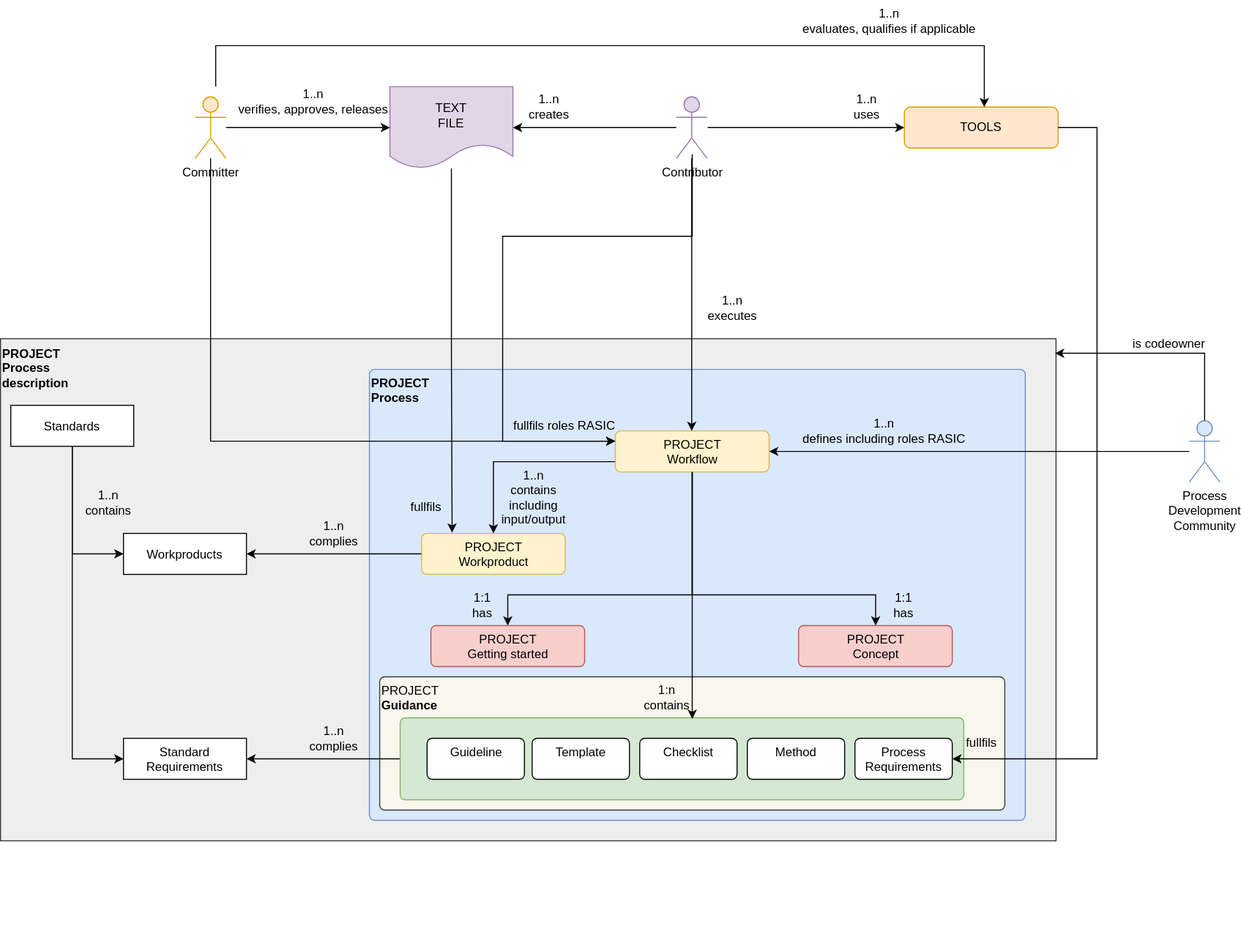
The draw.io diagram pr-184/_images/score_process_model.drawio.svg in eclipse-score/process_description, before a commit. Source tidied: cells renumbered, new cells last; positions are measured from the earlier drawing's top-left corner, leaving out a move shared by most shapes. The source it was exported from:
```xml
<mxGraphModel>
  <root>
    <mxCell id="0" />
    <mxCell id="1" parent="0" />
    <mxCell id="2" value="&lt;br&gt;&lt;br&gt;&lt;br&gt;&lt;br&gt;&lt;br&gt;&lt;br&gt;&lt;br&gt;&lt;br&gt;&lt;span style=&quot;text-align: center;&quot;&gt;PROJECT&lt;/span&gt;&lt;br&gt;Process &lt;br&gt;description&lt;br&gt;&lt;br&gt;&lt;br&gt;&lt;br&gt;&lt;br&gt;&lt;br&gt;&lt;br&gt;&lt;br&gt;&lt;br&gt;&lt;br&gt;&lt;br&gt;&lt;br&gt;&lt;br&gt;&lt;br&gt;&lt;br&gt;&lt;br&gt;&lt;br&gt;&lt;br&gt;&lt;br&gt;&lt;br&gt;&lt;br&gt;&lt;br&gt;&lt;br&gt;&lt;br&gt;&lt;br&gt;&lt;br&gt;&lt;br&gt;&lt;br&gt;&lt;br&gt;&lt;br&gt;&lt;br&gt;&lt;br&gt;&lt;br&gt;&lt;br&gt;&lt;br&gt;&lt;br&gt;&lt;br&gt;&lt;br&gt;&lt;div style=&quot;&quot;&gt;&lt;br&gt;&lt;/div&gt;" style="rounded=0;whiteSpace=wrap;html=1;align=left;fontStyle=1;fillColor=#eeeeee;strokeColor=#36393d;" parent="1" vertex="1">
      <mxGeometry y="330" width="1030" height="490" as="geometry" />
    </mxCell>
    <mxCell id="3" value="PROJECT&lt;br&gt;Process" style="html=1;align=left;verticalAlign=top;rounded=1;absoluteArcSize=1;arcSize=10;dashed=0;fillColor=#dae8fc;strokeColor=#6c8ebf;fontStyle=1;" parent="1" vertex="1">
      <mxGeometry x="360" y="360" width="640" height="440" as="geometry" />
    </mxCell>
    <mxCell id="4" style="edgeStyle=orthogonalEdgeStyle;rounded=0;jettySize=auto;html=1;entryX=0;entryY=0.5;entryDx=0;entryDy=0;" parent="1" edge="1" source="6" target="7">
      <mxGeometry relative="1" as="geometry" />
    </mxCell>
    <mxCell id="5" style="edgeStyle=orthogonalEdgeStyle;rounded=0;jettySize=auto;html=1;entryX=0;entryY=0.5;entryDx=0;entryDy=0;" parent="1" edge="1" source="6" target="8">
      <mxGeometry relative="1" as="geometry" />
    </mxCell>
    <mxCell id="6" value="Standards" style="fontStyle=0;" parent="1" vertex="1">
      <mxGeometry x="10" y="395" width="120" height="40" as="geometry" />
    </mxCell>
    <mxCell id="7" value="Standard&#10;Requirements" style="fontStyle=0;" parent="1" vertex="1">
      <mxGeometry x="120" y="720" width="120" height="40" as="geometry" />
    </mxCell>
    <mxCell id="8" value="Workproducts" style="fontStyle=0;" parent="1" vertex="1">
      <mxGeometry x="120" y="520" width="120" height="40" as="geometry" />
    </mxCell>
    <mxCell id="9" value="1..n&lt;br&gt;contains" style="text;html=1;align=center;verticalAlign=middle;strokeColor=none;fillColor=none;" parent="1" vertex="1">
      <mxGeometry x="70" y="470" width="70" height="40" as="geometry" />
    </mxCell>
    <mxCell id="10" style="edgeStyle=orthogonalEdgeStyle;rounded=0;jettySize=auto;html=1;entryX=0.5;entryY=0;entryDx=0;entryDy=0;startArrow=none;startFill=0;endArrow=classic;endFill=1;exitX=0;exitY=0.75;exitDx=0;exitDy=0;" parent="1" edge="1" source="13" target="17">
      <mxGeometry relative="1" as="geometry">
        <Array as="points">
          <mxPoint x="481" y="450" />
        </Array>
      </mxGeometry>
    </mxCell>
    <mxCell id="11" style="edgeStyle=orthogonalEdgeStyle;rounded=0;jettySize=auto;html=1;startArrow=none;startFill=0;endArrow=classic;endFill=1;" parent="1" edge="1" source="13" target="44">
      <mxGeometry relative="1" as="geometry">
        <Array as="points">
          <mxPoint x="675" y="580" />
          <mxPoint x="854" y="580" />
        </Array>
      </mxGeometry>
    </mxCell>
    <mxCell id="12" style="edgeStyle=orthogonalEdgeStyle;rounded=0;jettySize=auto;html=1;entryX=0.5;entryY=0;entryDx=0;entryDy=0;startArrow=none;startFill=0;endArrow=classic;endFill=1;" parent="1" edge="1" source="13" target="45">
      <mxGeometry relative="1" as="geometry">
        <Array as="points">
          <mxPoint x="675" y="580" />
          <mxPoint x="495" y="580" />
        </Array>
      </mxGeometry>
    </mxCell>
    <mxCell id="13" value="PROJECT&lt;br&gt;Workflow" style="html=1;align=center;verticalAlign=top;rounded=1;absoluteArcSize=1;arcSize=10;dashed=0;fillColor=#fff2cc;strokeColor=#d6b656;" parent="1" vertex="1">
      <mxGeometry x="600" y="420" width="150" height="40" as="geometry" />
    </mxCell>
    <mxCell id="14" style="edgeStyle=orthogonalEdgeStyle;rounded=0;jettySize=auto;html=1;entryX=1;entryY=0.5;entryDx=0;entryDy=0;endArrow=classic;endFill=1;startArrow=none;startFill=0;" parent="1" edge="1" source="15" target="13">
      <mxGeometry relative="1" as="geometry" />
    </mxCell>
    <mxCell id="15" value="Process&lt;br&gt;Development&lt;br&gt;Community" style="shape=umlActor;verticalLabelPosition=bottom;verticalAlign=top;html=1;outlineConnect=0;fillColor=#dae8fc;strokeColor=#6c8ebf;" parent="1" vertex="1">
      <mxGeometry x="1160" y="410" width="30" height="60" as="geometry" />
    </mxCell>
    <mxCell id="16" style="edgeStyle=orthogonalEdgeStyle;rounded=0;jettySize=auto;html=1;" parent="1" edge="1" source="17" target="8">
      <mxGeometry relative="1" as="geometry" />
    </mxCell>
    <mxCell id="17" value="PROJECT&lt;br&gt;Workproduct" style="html=1;align=center;verticalAlign=top;rounded=1;absoluteArcSize=1;arcSize=10;dashed=0;fillColor=#fff2cc;strokeColor=#d6b656;" parent="1" vertex="1">
      <mxGeometry x="411" y="520" width="140" height="40" as="geometry" />
    </mxCell>
    <mxCell id="18" value="1..n&lt;br&gt;complies" style="text;html=1;align=center;verticalAlign=middle;strokeColor=none;fillColor=none;" parent="1" vertex="1">
      <mxGeometry x="290" y="500" width="70" height="40" as="geometry" />
    </mxCell>
    <mxCell id="19" value="1..n&lt;br&gt;verifies, approves, releases" style="text;html=1;align=center;verticalAlign=middle;strokeColor=none;fillColor=none;" parent="1" vertex="1">
      <mxGeometry x="220" y="79" width="170" height="40" as="geometry" />
    </mxCell>
    <mxCell id="20" value="&lt;span style=&quot;text-align: center;&quot;&gt;PROJECT&lt;/span&gt;&lt;b&gt;&lt;br&gt;Guidance&lt;/b&gt;" style="html=1;align=left;verticalAlign=top;rounded=1;absoluteArcSize=1;arcSize=10;dashed=0;fillColor=#f9f7ed;strokeColor=#36393d;" parent="1" vertex="1">
      <mxGeometry x="370" y="660" width="610" height="130" as="geometry" />
    </mxCell>
    <mxCell id="21" style="edgeStyle=orthogonalEdgeStyle;rounded=0;jettySize=auto;html=1;entryX=1;entryY=0.5;entryDx=0;entryDy=0;exitX=0;exitY=0.5;exitDx=0;exitDy=0;" parent="1" edge="1" source="46" target="7">
      <mxGeometry relative="1" as="geometry" />
    </mxCell>
    <mxCell id="22" value="1..n&lt;br&gt;complies" style="text;html=1;align=center;verticalAlign=middle;strokeColor=none;fillColor=none;" parent="1" vertex="1">
      <mxGeometry x="290" y="700" width="70" height="40" as="geometry" />
    </mxCell>
    <mxCell id="23" value="1:1&lt;br&gt;has" style="text;html=1;align=center;verticalAlign=middle;strokeColor=none;fillColor=none;" parent="1" vertex="1">
      <mxGeometry x="450" y="570" width="40" height="40" as="geometry" />
    </mxCell>
    <mxCell id="24" style="edgeStyle=orthogonalEdgeStyle;rounded=0;jettySize=auto;html=1;" parent="1" edge="1" source="28" target="13">
      <mxGeometry relative="1" as="geometry">
        <Array as="points">
          <mxPoint x="675" y="290" />
          <mxPoint x="675" y="290" />
        </Array>
      </mxGeometry>
    </mxCell>
    <mxCell id="25" style="edgeStyle=orthogonalEdgeStyle;rounded=0;jettySize=auto;html=1;entryX=0.212;entryY=-0.018;entryDx=0;entryDy=0;entryPerimeter=0;" parent="1" edge="1" source="26" target="17">
      <mxGeometry relative="1" as="geometry" />
    </mxCell>
    <mxCell id="26" value="TEXT&lt;br&gt;FILE" style="shape=document;whiteSpace=wrap;html=1;boundedLbl=1;fillColor=#e1d5e7;strokeColor=#9673a6;" parent="1" vertex="1">
      <mxGeometry x="380" y="84" width="120" height="80" as="geometry" />
    </mxCell>
    <mxCell id="27" style="edgeStyle=orthogonalEdgeStyle;rounded=0;jettySize=auto;html=1;" parent="1" edge="1" source="28" target="26">
      <mxGeometry relative="1" as="geometry" />
    </mxCell>
    <mxCell id="28" value="Contributor" style="shape=umlActor;verticalLabelPosition=bottom;verticalAlign=top;html=1;outlineConnect=0;fillColor=#e1d5e7;strokeColor=#9673a6;" parent="1" vertex="1">
      <mxGeometry x="659.5" y="94" width="30" height="60" as="geometry" />
    </mxCell>
    <mxCell id="29" value="1..n&lt;br&gt;executes" style="text;html=1;align=center;verticalAlign=middle;strokeColor=none;fillColor=none;" parent="1" vertex="1">
      <mxGeometry x="678.8" y="280" width="70" height="40" as="geometry" />
    </mxCell>
    <mxCell id="30" style="edgeStyle=orthogonalEdgeStyle;rounded=0;jettySize=auto;html=1;entryX=0;entryY=0.5;entryDx=0;entryDy=0;" parent="1" edge="1" target="35">
      <mxGeometry relative="1" as="geometry">
        <mxPoint x="690" y="124" as="sourcePoint" />
      </mxGeometry>
    </mxCell>
    <mxCell id="31" value="1..n&lt;br&gt;creates" style="text;html=1;align=center;verticalAlign=middle;strokeColor=none;fillColor=none;" parent="1" vertex="1">
      <mxGeometry x="505" y="84" width="60" height="40" as="geometry" />
    </mxCell>
    <mxCell id="32" value="1..n&lt;br&gt;uses" style="text;html=1;align=center;verticalAlign=middle;strokeColor=none;fillColor=none;" parent="1" vertex="1">
      <mxGeometry x="820" y="84" width="50" height="40" as="geometry" />
    </mxCell>
    <mxCell id="33" value="1..n&lt;br&gt;defines including roles RASIC" style="text;html=1;align=center;verticalAlign=middle;strokeColor=none;fillColor=none;" parent="1" vertex="1">
      <mxGeometry x="772" y="400" width="180" height="40" as="geometry" />
    </mxCell>
    <mxCell id="34" style="edgeStyle=orthogonalEdgeStyle;rounded=0;jettySize=auto;html=1;startArrow=none;startFill=0;endArrow=classic;endFill=1;" parent="1" edge="1" source="39" target="26">
      <mxGeometry relative="1" as="geometry" />
    </mxCell>
    <mxCell id="35" value="TOOLS" style="rounded=1;whiteSpace=wrap;html=1;align=center;fillColor=#ffe6cc;strokeColor=#d79b00;" parent="1" vertex="1">
      <mxGeometry x="882" y="104" width="150" height="40" as="geometry" />
    </mxCell>
    <mxCell id="36" value="fullfils" style="text;html=1;align=center;verticalAlign=middle;strokeColor=none;fillColor=none;" parent="1" vertex="1">
      <mxGeometry x="932" y="710" width="50" height="30" as="geometry" />
    </mxCell>
    <mxCell id="37" style="edgeStyle=orthogonalEdgeStyle;rounded=0;orthogonalLoop=1;jettySize=auto;html=1;endArrow=classic;endFill=1;startArrow=none;startFill=0;" parent="1" edge="1">
      <mxGeometry relative="1" as="geometry">
        <mxPoint x="210" y="84" as="sourcePoint" />
        <mxPoint x="960" y="104" as="targetPoint" />
        <Array as="points">
          <mxPoint x="210" y="44" />
          <mxPoint x="960" y="44" />
        </Array>
      </mxGeometry>
    </mxCell>
    <mxCell id="38" value="1..n&lt;br&gt;evaluates, qualifies if applicable" style="text;html=1;align=center;verticalAlign=middle;strokeColor=none;fillColor=none;" parent="1" vertex="1">
      <mxGeometry x="772" width="190" height="40" as="geometry" />
    </mxCell>
    <mxCell id="39" value="Committer" style="shape=umlActor;verticalLabelPosition=bottom;verticalAlign=top;html=1;outlineConnect=0;fillColor=#ffe6cc;strokeColor=#d79b00;" parent="1" vertex="1">
      <mxGeometry x="190" y="94" width="30" height="60" as="geometry" />
    </mxCell>
    <mxCell id="40" style="edgeStyle=orthogonalEdgeStyle;rounded=0;jettySize=auto;html=1;startArrow=none;startFill=0;endArrow=classic;endFill=1;entryX=0;entryY=0.25;entryDx=0;entryDy=0;" parent="1" edge="1" source="39" target="13">
      <mxGeometry relative="1" as="geometry">
        <Array as="points">
          <mxPoint x="205" y="430" />
        </Array>
      </mxGeometry>
    </mxCell>
    <mxCell id="41" value="fullfils" style="text;html=1;align=center;verticalAlign=middle;strokeColor=none;fillColor=none;" parent="1" vertex="1">
      <mxGeometry x="390" y="480" width="50" height="30" as="geometry" />
    </mxCell>
    <mxCell id="42" value="fullfils roles RASIC" style="text;html=1;align=center;verticalAlign=middle;strokeColor=none;fillColor=none;" parent="1" vertex="1">
      <mxGeometry x="490" y="400" width="120" height="30" as="geometry" />
    </mxCell>
    <mxCell id="43" style="edgeStyle=orthogonalEdgeStyle;rounded=0;jettySize=auto;html=1;entryX=0;entryY=0.25;entryDx=0;entryDy=0;" parent="1" edge="1" target="13">
      <mxGeometry relative="1" as="geometry">
        <mxPoint x="675" y="150" as="sourcePoint" />
        <Array as="points">
          <mxPoint x="675" y="230" />
          <mxPoint x="490" y="230" />
          <mxPoint x="490" y="430" />
        </Array>
      </mxGeometry>
    </mxCell>
    <mxCell id="44" value="PROJECT&lt;br&gt;Concept" style="html=1;align=center;verticalAlign=top;rounded=1;absoluteArcSize=1;arcSize=10;dashed=0;fillColor=#f8cecc;strokeColor=#b85450;" parent="1" vertex="1">
      <mxGeometry x="778.8" y="610" width="150" height="40" as="geometry" />
    </mxCell>
    <mxCell id="45" value="PROJECT&lt;br&gt;Getting started" style="html=1;align=center;verticalAlign=top;rounded=1;absoluteArcSize=1;arcSize=10;dashed=0;fillColor=#f8cecc;strokeColor=#b85450;" parent="1" vertex="1">
      <mxGeometry x="420" y="610" width="150" height="40" as="geometry" />
    </mxCell>
    <mxCell id="46" style="html=1;align=center;verticalAlign=top;rounded=1;absoluteArcSize=1;arcSize=10;dashed=0;fillColor=#d5e8d4;strokeColor=#82b366;" parent="1" vertex="1">
      <mxGeometry x="390" y="700" width="550" height="80" as="geometry" />
    </mxCell>
    <mxCell id="47" value="Method" style="html=1;align=center;verticalAlign=top;rounded=1;absoluteArcSize=1;arcSize=10;dashed=0;" parent="1" vertex="1">
      <mxGeometry x="728.8" y="720" width="95" height="40" as="geometry" />
    </mxCell>
    <mxCell id="48" value="Process&lt;br&gt;Requirements" style="html=1;align=center;verticalAlign=top;rounded=1;absoluteArcSize=1;arcSize=10;dashed=0;" parent="1" vertex="1">
      <mxGeometry x="833.8" y="720" width="95" height="40" as="geometry" />
    </mxCell>
    <mxCell id="49" style="edgeStyle=orthogonalEdgeStyle;rounded=0;jettySize=auto;html=1;entryX=1;entryY=0.5;entryDx=0;entryDy=0;startArrow=none;startFill=0;endArrow=classic;endFill=1;" parent="1" edge="1" source="35" target="48">
      <mxGeometry relative="1" as="geometry">
        <Array as="points">
          <mxPoint x="1070" y="124" />
          <mxPoint x="1070" y="740" />
        </Array>
      </mxGeometry>
    </mxCell>
    <mxCell id="50" value="Checklist" style="html=1;align=center;verticalAlign=top;rounded=1;absoluteArcSize=1;arcSize=10;dashed=0;" parent="1" vertex="1">
      <mxGeometry x="623.8" y="720" width="95" height="40" as="geometry" />
    </mxCell>
    <mxCell id="51" value="Template" style="html=1;align=center;verticalAlign=top;rounded=1;absoluteArcSize=1;arcSize=10;dashed=0;" parent="1" vertex="1">
      <mxGeometry x="518.8" y="720" width="95" height="40" as="geometry" />
    </mxCell>
    <mxCell id="52" value="Guideline" style="html=1;align=center;verticalAlign=top;rounded=1;absoluteArcSize=1;arcSize=10;dashed=0;" parent="1" vertex="1">
      <mxGeometry x="416.2" y="720" width="95" height="40" as="geometry" />
    </mxCell>
    <mxCell id="53" style="edgeStyle=orthogonalEdgeStyle;rounded=0;jettySize=auto;html=1;entryX=0.999;entryY=0.029;entryDx=0;entryDy=0;endArrow=classic;endFill=1;startArrow=none;startFill=0;entryPerimeter=0;exitX=0.5;exitY=0;exitDx=0;exitDy=0;exitPerimeter=0;" parent="1" edge="1" source="15" target="2">
      <mxGeometry relative="1" as="geometry">
        <Array as="points">
          <mxPoint x="1175" y="344" />
        </Array>
      </mxGeometry>
    </mxCell>
    <mxCell id="54" value="is codeowner" style="text;html=1;align=center;verticalAlign=middle;strokeColor=none;fillColor=none;" parent="1" vertex="1">
      <mxGeometry x="1095" y="320" width="90" height="30" as="geometry" />
    </mxCell>
    <mxCell id="55" style="edgeStyle=orthogonalEdgeStyle;rounded=0;jettySize=auto;html=1;exitX=0.5;exitY=1;exitDx=0;exitDy=0;" parent="1" edge="1" source="13">
      <mxGeometry relative="1" as="geometry">
        <mxPoint x="675" y="701" as="targetPoint" />
        <Array as="points">
          <mxPoint x="675" y="701" />
        </Array>
      </mxGeometry>
    </mxCell>
    <mxCell id="56" value="1..n&lt;br&gt;contains&lt;br&gt;including &lt;br&gt;input/output" style="text;html=1;align=center;verticalAlign=middle;strokeColor=none;fillColor=none;" parent="1" vertex="1">
      <mxGeometry x="475" y="450" width="90" height="70" as="geometry" />
    </mxCell>
    <mxCell id="57" value="1:1&lt;br&gt;has" style="text;html=1;align=center;verticalAlign=middle;strokeColor=none;fillColor=none;" parent="1" vertex="1">
      <mxGeometry x="861.2" y="570" width="40" height="40" as="geometry" />
    </mxCell>
    <mxCell id="58" value="1:n&lt;br&gt;contains" style="text;html=1;align=center;verticalAlign=middle;strokeColor=none;fillColor=none;" parent="1" vertex="1">
      <mxGeometry x="615" y="660" width="70" height="40" as="geometry" />
    </mxCell>
  </root>
</mxGraphModel>
```
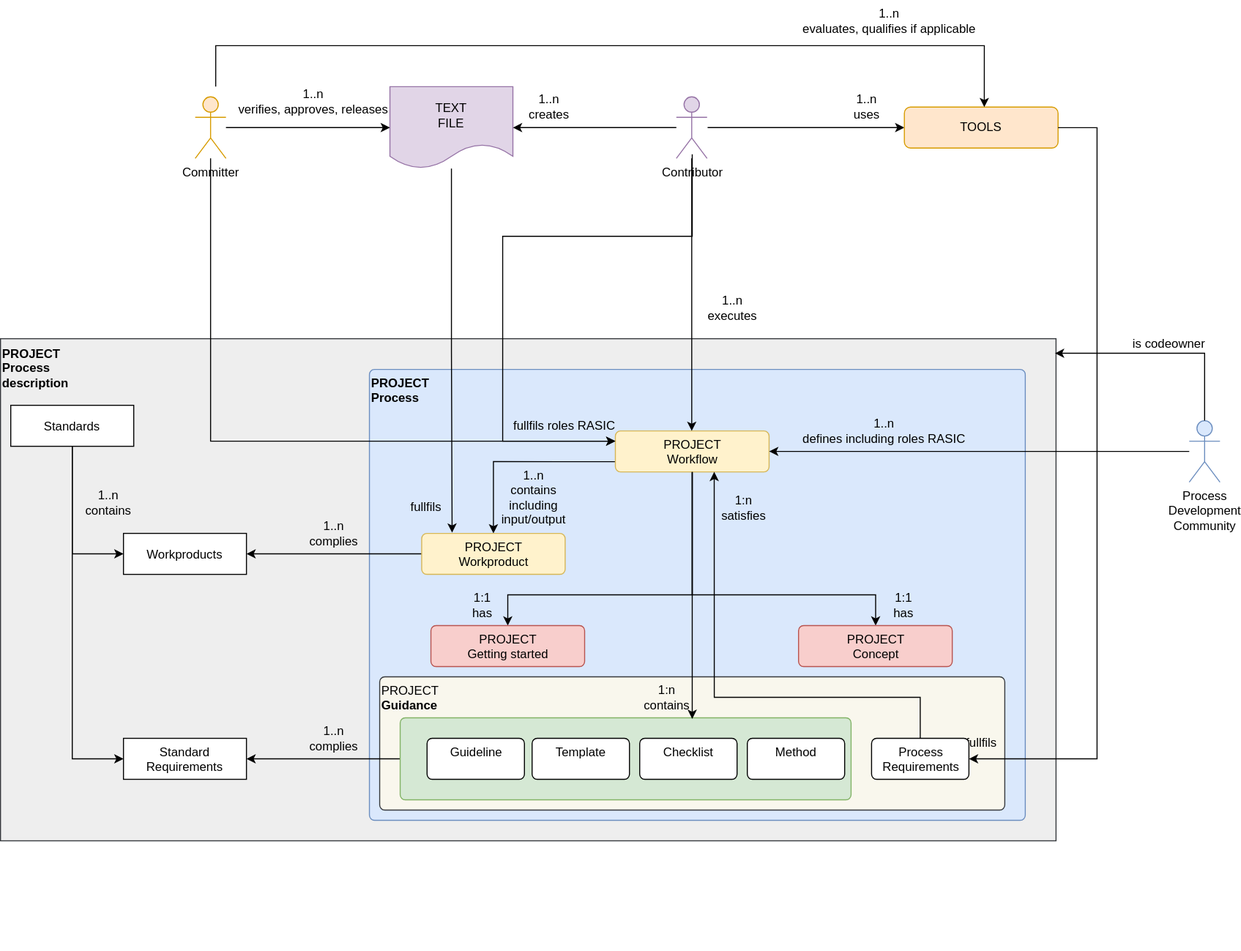
The same diagram one commit later.

Diff of the diagram source:
```diff
@@ -174,13 +174,13 @@
       <mxGeometry x="420" y="610" width="150" height="40" as="geometry" />
     </mxCell>
     <mxCell id="46" style="html=1;align=center;verticalAlign=top;rounded=1;absoluteArcSize=1;arcSize=10;dashed=0;fillColor=#d5e8d4;strokeColor=#82b366;" parent="1" vertex="1">
-      <mxGeometry x="390" y="700" width="550" height="80" as="geometry" />
+      <mxGeometry x="390" y="700" width="440" height="80" as="geometry" />
     </mxCell>
     <mxCell id="47" value="Method" style="html=1;align=center;verticalAlign=top;rounded=1;absoluteArcSize=1;arcSize=10;dashed=0;" parent="1" vertex="1">
       <mxGeometry x="728.8" y="720" width="95" height="40" as="geometry" />
     </mxCell>
     <mxCell id="48" value="Process&lt;br&gt;Requirements" style="html=1;align=center;verticalAlign=top;rounded=1;absoluteArcSize=1;arcSize=10;dashed=0;" parent="1" vertex="1">
-      <mxGeometry x="833.8" y="720" width="95" height="40" as="geometry" />
+      <mxGeometry x="850" y="720" width="95" height="40" as="geometry" />
     </mxCell>
     <mxCell id="49" style="edgeStyle=orthogonalEdgeStyle;rounded=0;jettySize=auto;html=1;entryX=1;entryY=0.5;entryDx=0;entryDy=0;startArrow=none;startFill=0;endArrow=classic;endFill=1;" parent="1" edge="1" source="35" target="48">
       <mxGeometry relative="1" as="geometry">
@@ -226,5 +226,16 @@
     <mxCell id="58" value="1:n&lt;br&gt;contains" style="text;html=1;align=center;verticalAlign=middle;strokeColor=none;fillColor=none;" parent="1" vertex="1">
       <mxGeometry x="615" y="660" width="70" height="40" as="geometry" />
     </mxCell>
+    <mxCell id="59" style="edgeStyle=orthogonalEdgeStyle;rounded=0;jettySize=auto;html=1;exitX=0.5;exitY=0;exitDx=0;exitDy=0;entryX=0.643;entryY=0.999;entryDx=0;entryDy=0;entryPerimeter=0;" parent="1" edge="1" source="48" target="13">
+      <mxGeometry relative="1" as="geometry">
+        <Array as="points">
+          <mxPoint x="897" y="680" />
+          <mxPoint x="697" y="680" />
+        </Array>
+      </mxGeometry>
+    </mxCell>
+    <mxCell id="60" value="1:n&lt;br&gt;satisfies" style="text;html=1;align=center;verticalAlign=middle;strokeColor=none;fillColor=none;" parent="1" vertex="1">
+      <mxGeometry x="689.5" y="475" width="70" height="40" as="geometry" />
+    </mxCell>
   </root>
 </mxGraphModel>
```
